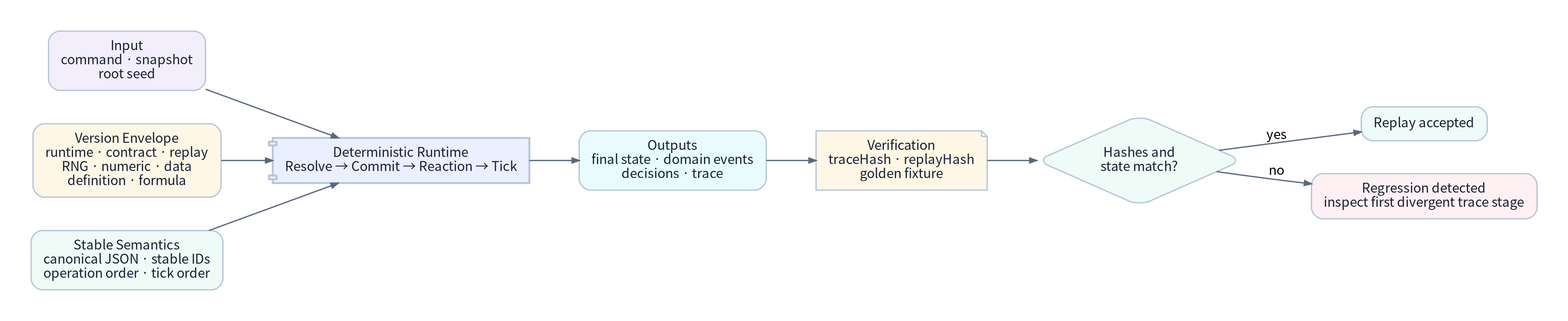
Before: assets/diagrams/41_deterministic_replay_envelope.png, a diagram exported from Graphviz (JY-LemongO/game-system-framework-knowledge-site). Its source is kept beside it as source/diagrams/41_deterministic_replay_envelope.dot. The source it was exported from:
```dot
digraph G {
  graph [fontname="Noto Sans CJK KR", bgcolor="#ffffff", margin=0.12, pad=0.34, ranksep=0.72, nodesep=0.48, splines=true];
  node [fontname="Noto Sans CJK KR", shape=box, style="rounded,filled", color="#b8c5d8", penwidth=1.4, fillcolor="#ffffff", fontcolor="#182033", margin="0.18,0.13"];
  edge [fontname="Noto Sans CJK KR", color="#59687e", arrowsize=0.75, penwidth=1.35];
  rankdir=LR;

  Input [fillcolor="#f3eefc", label="Input\ncommand · snapshot\nroot seed"];
  Versions [fillcolor="#fff7e6", label="Version Envelope\nruntime · contract · replay\nRNG · numeric · data\ndefinition · formula"];
  Ordering [fillcolor="#eefbf6", label="Stable Semantics\ncanonical JSON · stable IDs\noperation order · tick order"];
  Runtime [shape=component, fillcolor="#eaf0ff", penwidth=2.0, label="Deterministic Runtime\nResolve → Commit → Reaction → Tick"];
  Outputs [fillcolor="#e9fbff", label="Outputs\nfinal state · domain events\ndecisions · trace"];
  Hashes [shape=note, fillcolor="#fff7e6", label="Verification\ntraceHash · replayHash\ngolden fixture"];
  Match [shape=diamond, fillcolor="#eefbf6", label="Hashes and\nstate match?"];
  Pass [fillcolor="#eefbf6", label="Replay accepted"];
  Fail [fillcolor="#fff0f3", label="Regression detected\ninspect first divergent trace stage"];

  Input -> Runtime;
  Versions -> Runtime;
  Ordering -> Runtime;
  Runtime -> Outputs -> Hashes -> Match;
  Match -> Pass [label="yes"];
  Match -> Fail [label="no"];
}
```
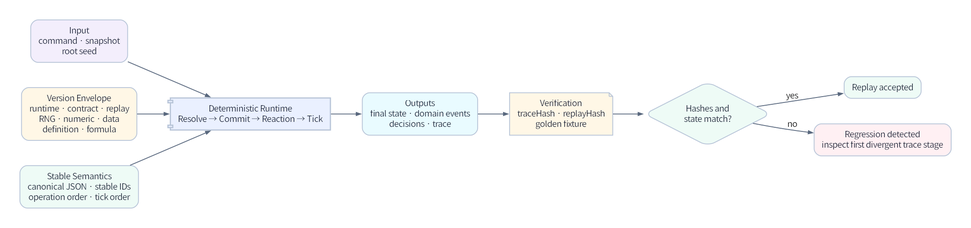
Above is the later version.

Change to the diagram source:
```diff
@@ -1,7 +1,7 @@
 digraph G {
-  graph [fontname="Noto Sans CJK KR", bgcolor="#ffffff", margin=0.12, pad=0.34, ranksep=0.72, nodesep=0.48, splines=true];
-  node [fontname="Noto Sans CJK KR", shape=box, style="rounded,filled", color="#b8c5d8", penwidth=1.4, fillcolor="#ffffff", fontcolor="#182033", margin="0.18,0.13"];
-  edge [fontname="Noto Sans CJK KR", color="#59687e", arrowsize=0.75, penwidth=1.35];
+  graph [fontname="Noto Sans KR", bgcolor="#ffffff", margin=0.12, pad=0.34, ranksep=0.72, nodesep=0.58, splines=true];
+  node [fontname="Noto Sans KR", shape=box, style="rounded,filled", color="#b8c5d8", penwidth=1.4, fillcolor="#ffffff", fontcolor="#182033", margin="0.18,0.13"];
+  edge [fontname="Noto Sans KR", color="#59687e", arrowsize=0.75, penwidth=1.35];
   rankdir=LR;
 
   Input [fillcolor="#f3eefc", label="Input\ncommand · snapshot\nroot seed"];
```
